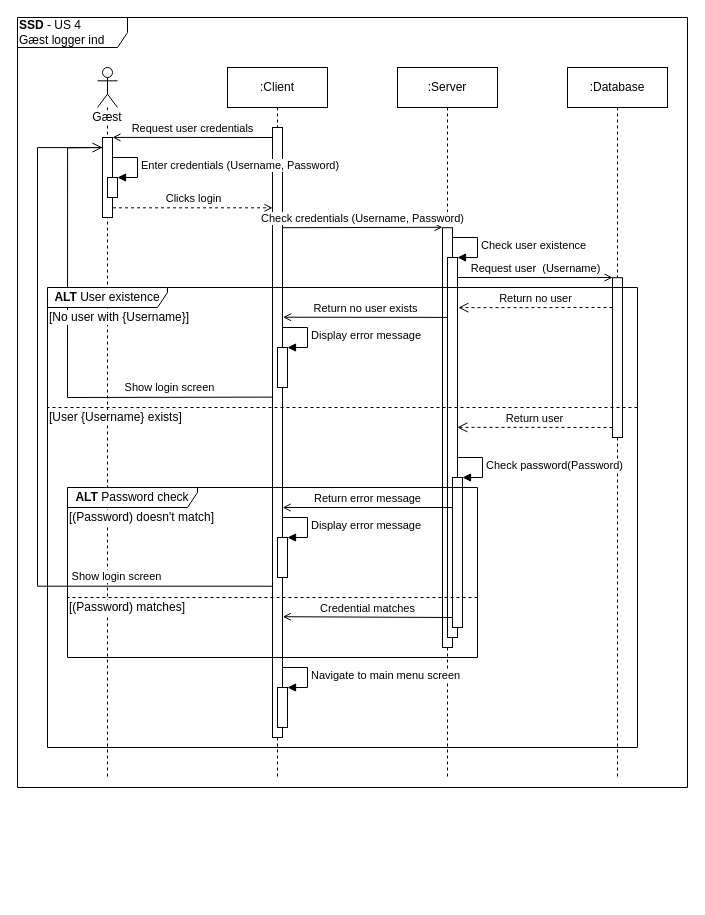
Earlier version of the draw.io diagram page "SSD" (1 of 2) of diagrams/arkitektur/US4_login.drawio (Macradon/I7BAC-PlugNPlay). Source tidied: cells renumbered, new cells numbered last; positions are measured from the earlier drawing's top-left corner, leaving out a move shared by most shapes. Both pictures are drawn from the tidied source at 100%, with x=0, y=0 at pixel (17, 17).
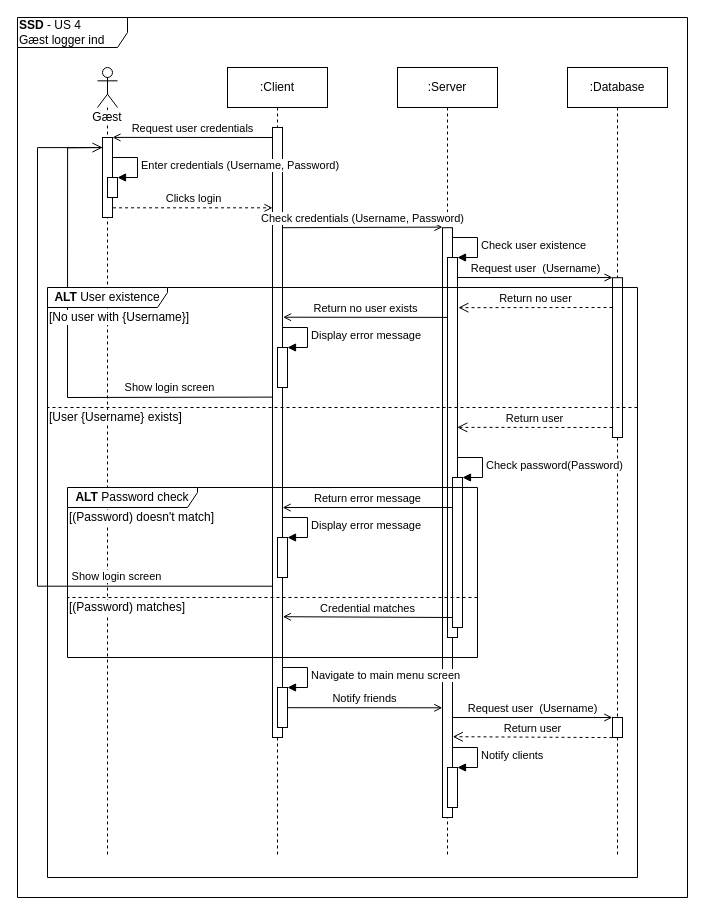
The same page after the edit.

The edit, as a diff of the source:
```diff
@@
     <mxCell id="2" value="&lt;b&gt;SSD&lt;/b&gt;&amp;nbsp;- US 4&lt;br&gt;Gæst logger ind" style="shape=umlFrame;whiteSpace=wrap;html=1;labelBackgroundColor=none;align=left;width=110;height=30;" parent="1" vertex="1">
-      <mxGeometry width="670" height="770" as="geometry" />
+      <mxGeometry width="670" height="880" as="geometry" />
     </mxCell>
     <mxCell id="3" value=":Server" style="shape=umlLifeline;perimeter=lifelinePerimeter;whiteSpace=wrap;html=1;labelBackgroundColor=#ffffff;" parent="1" vertex="1">
-      <mxGeometry x="380" y="50" width="100" height="710" as="geometry" />
+      <mxGeometry x="380" y="50" width="100" height="790" as="geometry" />
     </mxCell>
     <mxCell id="4" style="html=1;points=[];perimeter=orthogonalPerimeter;labelBackgroundColor=none;" parent="1" vertex="1">
-      <mxGeometry x="425" y="210.2" width="10" height="419.8" as="geometry" />
+      <mxGeometry x="425" y="210.2" width="10" height="589.8" as="geometry" />
     </mxCell>
     <mxCell id="5" value=":Client" style="shape=umlLifeline;perimeter=lifelinePerimeter;whiteSpace=wrap;html=1;labelBackgroundColor=#ffffff;" parent="1" vertex="1">
-      <mxGeometry x="210" y="50" width="100" height="710" as="geometry" />
+      <mxGeometry x="210" y="50" width="100" height="790" as="geometry" />
     </mxCell>
@@
     <mxCell id="7" value="Gæst" style="shape=umlLifeline;participant=umlActor;perimeter=lifelinePerimeter;whiteSpace=wrap;html=1;verticalAlign=top;spacingTop=36;labelBackgroundColor=#ffffff;" parent="1" vertex="1">
-      <mxGeometry x="80" y="50" width="20" height="710" as="geometry" />
+      <mxGeometry x="80" y="50" width="20" height="790" as="geometry" />
     </mxCell>
     <mxCell id="8" value=":Database" style="shape=umlLifeline;perimeter=lifelinePerimeter;whiteSpace=wrap;html=1;labelBackgroundColor=#ffffff;" parent="1" vertex="1">
-      <mxGeometry x="550" y="50" width="100" height="710" as="geometry" />
+      <mxGeometry x="550" y="50" width="100" height="790" as="geometry" />
     </mxCell>
@@
+    <mxCell id="42" value="&lt;div style=&quot;text-align: left&quot;&gt;Notify friends&lt;/div&gt;" style="html=1;verticalAlign=bottom;endArrow=open;endFill=0;entryX=-0.019;entryY=0.814;entryDx=0;entryDy=0;entryPerimeter=0;" parent="1" edge="1" target="4">
+      <mxGeometry relative="1" as="geometry">
+        <mxPoint x="270" y="690.2" as="sourcePoint" />
+      </mxGeometry>
+    </mxCell>
+    <mxCell id="43" value="Request user&amp;nbsp; (Username)" style="html=1;verticalAlign=bottom;endArrow=open;entryX=-0.019;entryY=0;entryDx=0;entryDy=0;entryPerimeter=0;endFill=0;" parent="1" edge="1" target="47">
+      <mxGeometry relative="1" as="geometry">
+        <mxPoint x="435" y="700" as="sourcePoint" />
+      </mxGeometry>
+    </mxCell>
+    <mxCell id="44" value="Return user" style="html=1;verticalAlign=bottom;endArrow=open;dashed=1;endSize=8;entryX=1.028;entryY=0.863;entryDx=0;entryDy=0;entryPerimeter=0;" parent="1" edge="1" target="4">
+      <mxGeometry relative="1" as="geometry">
+        <mxPoint x="595" y="720.1" as="sourcePoint" />
+      </mxGeometry>
+    </mxCell>
+    <mxCell id="45" style="html=1;points=[];perimeter=orthogonalPerimeter;labelBackgroundColor=#ffffff;" parent="1" vertex="1">
+      <mxGeometry x="430" y="750" width="10" height="40" as="geometry" />
+    </mxCell>
+    <mxCell id="46" value="Notify clients" style="edgeStyle=orthogonalEdgeStyle;html=1;align=left;spacingLeft=2;endArrow=block;rounded=0;entryX=1;entryY=0;" parent="1" edge="1" target="45">
+      <mxGeometry relative="1" as="geometry">
+        <mxPoint x="435" y="730" as="sourcePoint" />
+        <Array as="points">
+          <mxPoint x="460" y="730" />
+        </Array>
+      </mxGeometry>
+    </mxCell>
+    <mxCell id="47" style="html=1;points=[];perimeter=orthogonalPerimeter;labelBackgroundColor=#ffffff;" parent="1" vertex="1">
+      <mxGeometry x="595" y="700" width="10" height="20" as="geometry" />
+    </mxCell>
     <mxCell id="41" value="&lt;b&gt;ALT&amp;nbsp;&lt;/b&gt;User existence" style="shape=umlFrame;whiteSpace=wrap;html=1;labelBackgroundColor=none;width=120;height=20;" parent="1" vertex="1">
-      <mxGeometry x="30" y="270" width="590" height="460" as="geometry" />
+      <mxGeometry x="30" y="270" width="590" height="590" as="geometry" />
     </mxCell>
```
